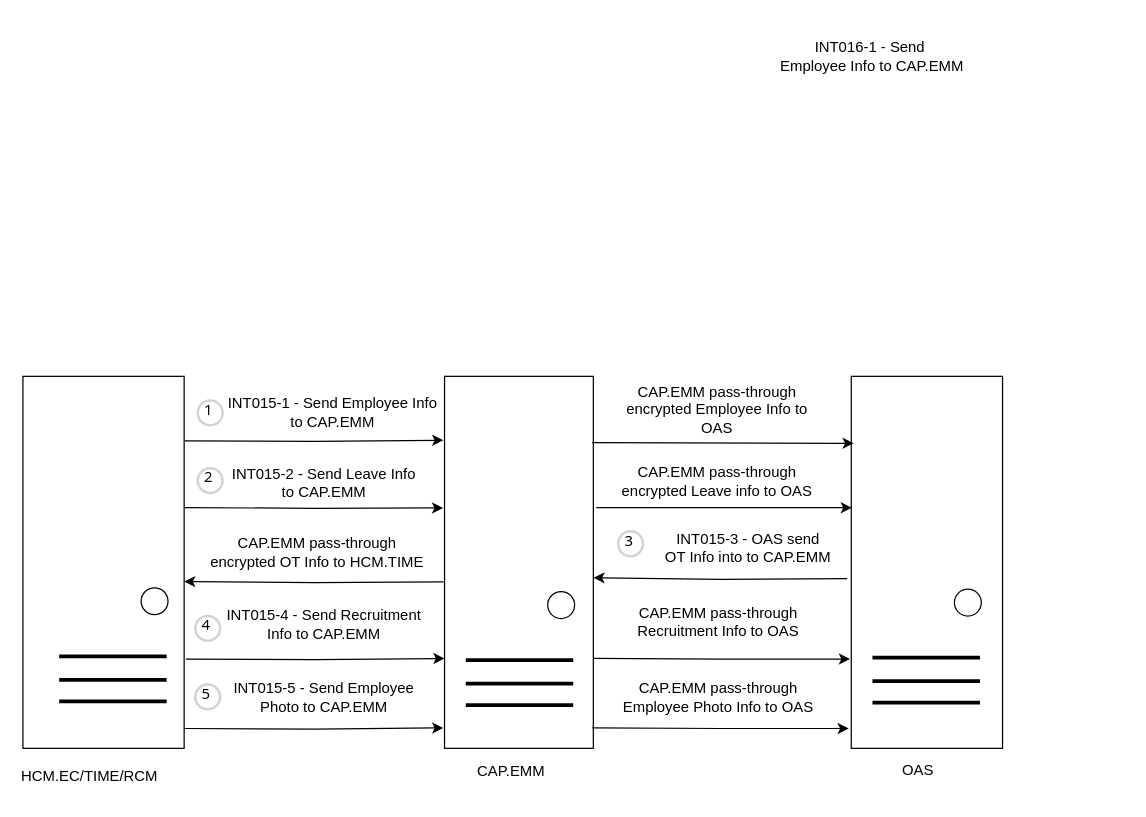
Before: page "OAS" (15 of 18) of Untitled Diagram.drawio in wsxad234/flowchart, a draw.io diagram. Source tidied: cells renumbered, new cells numbered last; positions are measured from the earlier drawing's top-left corner, leaving out a move shared by most shapes. Both pictures are drawn from the tidied source at 124%, with x=0, y=0 at pixel (22, 29).
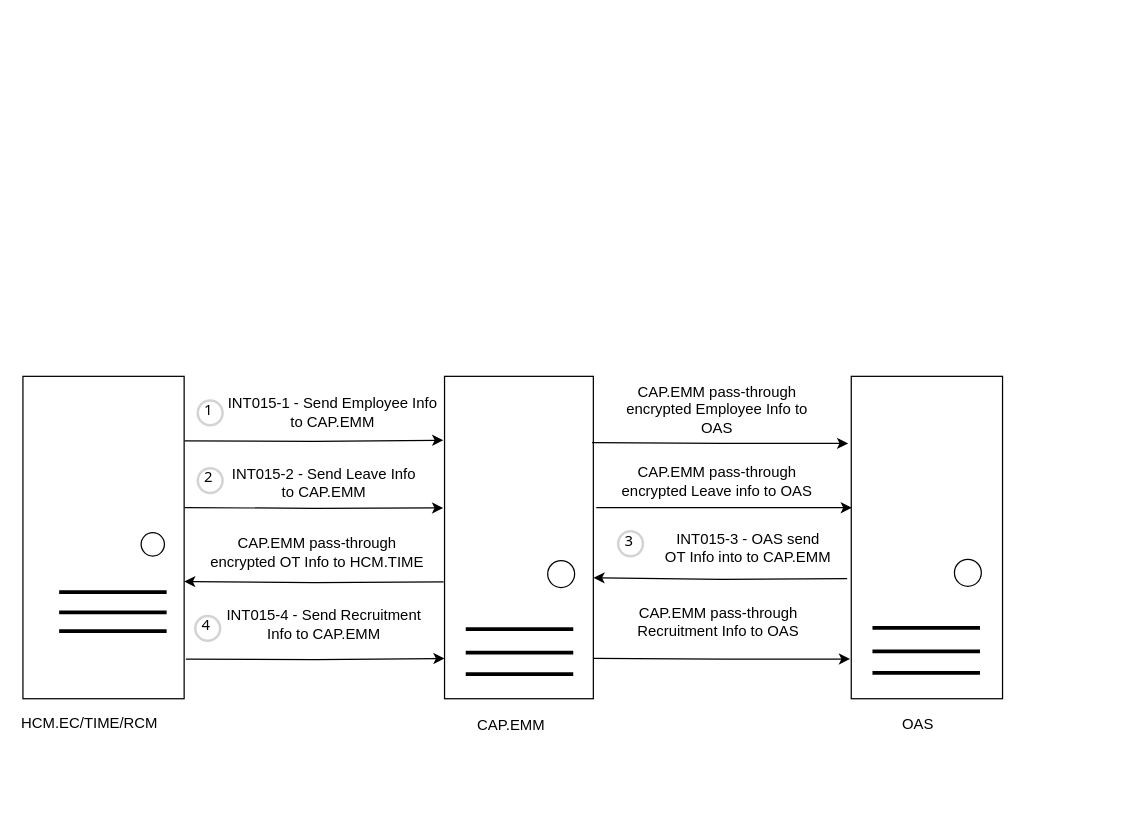
The same page after the edit.

Diff of the diagram source:
```diff
@@
     <mxCell id="2" value="HCM.EC/TIME/RCM" style="text;html=1;strokeColor=none;fillColor=none;align=center;verticalAlign=middle;whiteSpace=wrap;rounded=0;" parent="1" vertex="1">
-      <mxGeometry x="24" y="588" width="60" height="30" as="geometry" />
+      <mxGeometry x="24" y="545" width="60" height="30" as="geometry" />
     </mxCell>
@@
     <mxCell id="4" style="rounded=0;whiteSpace=wrap;html=1;" parent="1" vertex="1">
-      <mxGeometry x="668" y="280" width="122" height="300" as="geometry" />
+      <mxGeometry x="668" y="280" width="122" height="260" as="geometry" />
     </mxCell>
     <mxCell id="5" value="OAS" style="text;html=1;strokeColor=none;fillColor=none;align=center;verticalAlign=middle;whiteSpace=wrap;rounded=0;" parent="1" vertex="1">
-      <mxGeometry x="692" y="583" width="60" height="30" as="geometry" />
+      <mxGeometry x="692" y="546" width="60" height="30" as="geometry" />
     </mxCell>
@@
     <mxCell id="7" style="rounded=0;whiteSpace=wrap;html=1;" parent="1" vertex="1">
-      <mxGeometry x="340" y="280" width="120" height="300" as="geometry" />
+      <mxGeometry x="340" y="280" width="120" height="260" as="geometry" />
     </mxCell>
     <mxCell id="8" value="CAP.EMM" style="text;html=1;strokeColor=none;fillColor=none;align=center;verticalAlign=middle;whiteSpace=wrap;rounded=0;" parent="1" vertex="1">
-      <mxGeometry x="364" y="584" width="60" height="30" as="geometry" />
+      <mxGeometry x="364" y="547" width="60" height="30" as="geometry" />
     </mxCell>
@@
     <mxCell id="11" style="group;" parent="1" vertex="1">
-      <mxGeometry y="280" width="130" height="300" as="geometry" />
+      <mxGeometry y="280" width="130" height="260" as="geometry" />
     </mxCell>
     <mxCell id="12" style="rounded=0;whiteSpace=wrap;html=1;" parent="11" vertex="1">
-      <mxGeometry width="130" height="300" as="geometry" />
+      <mxGeometry width="130" height="260" as="geometry" />
     </mxCell>
     <mxCell id="13" style="ellipse;whiteSpace=wrap;html=1;direction=south;" parent="11" vertex="1">
-      <mxGeometry x="95.3" y="170.5" width="21.7" height="21.7" as="geometry" />
+      <mxGeometry x="95.3" y="126.1" width="18.8" height="18.8" as="geometry" />
     </mxCell>
     <mxCell id="14" style="endArrow=none;html=1;rounded=0;align=center;strokeWidth=3;" parent="11" edge="1">
       <mxGeometry relative="1" as="geometry">
-        <mxPoint x="29.2" y="225.8" as="sourcePoint" />
-        <mxPoint x="115.9" y="225.8" as="targetPoint" />
+        <mxPoint x="29.2" y="174" as="sourcePoint" />
+        <mxPoint x="115.9" y="174" as="targetPoint" />
       </mxGeometry>
     </mxCell>
     <mxCell id="15" style="endArrow=none;html=1;rounded=0;align=center;strokeWidth=3;" parent="11" edge="1">
       <mxGeometry relative="1" as="geometry">
-        <mxPoint x="29.2" y="244.7" as="sourcePoint" />
-        <mxPoint x="115.9" y="244.7" as="targetPoint" />
+        <mxPoint x="29.2" y="190.4" as="sourcePoint" />
+        <mxPoint x="115.9" y="190.4" as="targetPoint" />
       </mxGeometry>
     </mxCell>
     <mxCell id="16" style="endArrow=none;html=1;rounded=0;align=center;strokeWidth=3;" parent="11" edge="1">
       <mxGeometry relative="1" as="geometry">
-        <mxPoint x="29.2" y="262.1" as="sourcePoint" />
-        <mxPoint x="115.9" y="262.1" as="targetPoint" />
+        <mxPoint x="29.2" y="205.5" as="sourcePoint" />
+        <mxPoint x="115.9" y="205.5" as="targetPoint" />
       </mxGeometry>
     </mxCell>
@@
-    <mxCell id="20" value="&lt;br&gt;&lt;table style=&quot;border-collapse:&lt;br/&gt; collapse;width:305pt&quot; width=&quot;406&quot; cellspacing=&quot;0&quot; cellpadding=&quot;0&quot; border=&quot;0&quot;&gt;&lt;tbody&gt;&lt;tr style=&quot;height:14.4pt&quot; height=&quot;19&quot;&gt;  &lt;td style=&quot;height:14.4pt;width:305pt&quot; width=&quot;406&quot; height=&quot;19&quot;&gt;INT016-1 - Send&amp;nbsp;&lt;br&gt;  Employee Info to CAP.EMM&lt;/td&gt;&lt;/tr&gt;&lt;/tbody&gt;&lt;/table&gt;" style="text;html=1;strokeColor=none;fillColor=none;align=center;verticalAlign=middle;whiteSpace=wrap;rounded=0;" parent="1" vertex="1">
-      <mxGeometry x="620" width="130" height="30" as="geometry" />
-    </mxCell>
@@
-    <mxCell id="22" style="edgeStyle=orthogonalEdgeStyle;rounded=0;jettySize=auto;html=1;exitX=1.003;exitY=0.225;exitDx=0;exitDy=0;exitPerimeter=0;entryX=0.016;entryY=0.18;entryDx=0;entryDy=0;entryPerimeter=0;" parent="1" edge="1" target="4">
+    <mxCell id="22" style="edgeStyle=orthogonalEdgeStyle;rounded=0;jettySize=auto;html=1;exitX=1.003;exitY=0.225;exitDx=0;exitDy=0;exitPerimeter=0;entryX=-0.02;entryY=0.208;entryDx=0;entryDy=0;entryPerimeter=0;" parent="1" edge="1" target="4">
       <mxGeometry relative="1" as="geometry">
         <mxPoint x="459" y="333.5" as="sourcePoint" />
       </mxGeometry>
     </mxCell>
@@
-    <mxCell id="32" style="edgeStyle=orthogonalEdgeStyle;rounded=0;orthogonalLoop=1;jettySize=auto;html=1;exitX=1.003;exitY=0.225;exitDx=0;exitDy=0;entryX=-0.006;entryY=0.604;entryDx=0;entryDy=0;entryPerimeter=0;exitPerimeter=0;" parent="1" edge="1">
-      <mxGeometry relative="1" as="geometry">
-        <mxPoint x="130.4" y="564" as="sourcePoint" />
-        <mxPoint x="339" y="563.5" as="targetPoint" />
-      </mxGeometry>
-    </mxCell>
-    <mxCell id="33" style="edgeStyle=orthogonalEdgeStyle;rounded=0;orthogonalLoop=1;jettySize=auto;html=1;exitX=1.003;exitY=0.225;exitDx=0;exitDy=0;entryX=-0.017;entryY=0.213;entryDx=0;entryDy=0;entryPerimeter=0;exitPerimeter=0;" parent="1" edge="1">
-      <mxGeometry relative="1" as="geometry">
-        <mxPoint x="459" y="563.5" as="sourcePoint" />
-        <mxPoint x="666" y="564" as="targetPoint" />
-      </mxGeometry>
-    </mxCell>
     <mxCell id="34" style="ellipse;whiteSpace=wrap;html=1;direction=south;" parent="1" vertex="1">
-      <mxGeometry x="751.2" y="451.6" width="21.7" height="21.7" as="geometry" />
+      <mxGeometry x="751.2" y="427.6" width="21.7" height="21.7" as="geometry" />
     </mxCell>
     <mxCell id="35" style="endArrow=none;html=1;rounded=0;align=center;strokeWidth=3;" parent="1" edge="1">
       <mxGeometry relative="1" as="geometry">
-        <mxPoint x="685.1" y="506.9" as="sourcePoint" />
-        <mxPoint x="771.8" y="506.9" as="targetPoint" />
+        <mxPoint x="685.1" y="482.9" as="sourcePoint" />
+        <mxPoint x="771.8" y="482.9" as="targetPoint" />
       </mxGeometry>
     </mxCell>
     <mxCell id="36" style="endArrow=none;html=1;rounded=0;align=center;strokeWidth=3;" parent="1" edge="1">
       <mxGeometry relative="1" as="geometry">
-        <mxPoint x="685.1" y="525.8" as="sourcePoint" />
-        <mxPoint x="771.8" y="525.8" as="targetPoint" />
+        <mxPoint x="685.1" y="501.8" as="sourcePoint" />
+        <mxPoint x="771.8" y="501.8" as="targetPoint" />
       </mxGeometry>
     </mxCell>
     <mxCell id="37" style="endArrow=none;html=1;rounded=0;align=center;strokeWidth=3;" parent="1" edge="1">
       <mxGeometry relative="1" as="geometry">
-        <mxPoint x="685.1" y="543.2" as="sourcePoint" />
-        <mxPoint x="771.8" y="543.2" as="targetPoint" />
+        <mxPoint x="685.1" y="519.2" as="sourcePoint" />
+        <mxPoint x="771.8" y="519.2" as="targetPoint" />
       </mxGeometry>
     </mxCell>
     <mxCell id="38" style="ellipse;whiteSpace=wrap;html=1;direction=south;" parent="1" vertex="1">
-      <mxGeometry x="423.2" y="453.6" width="21.7" height="21.7" as="geometry" />
+      <mxGeometry x="423.2" y="428.6" width="21.7" height="21.7" as="geometry" />
     </mxCell>
     <mxCell id="39" style="endArrow=none;html=1;rounded=0;align=center;strokeWidth=3;" parent="1" edge="1">
       <mxGeometry relative="1" as="geometry">
-        <mxPoint x="357.1" y="508.9" as="sourcePoint" />
-        <mxPoint x="443.8" y="508.9" as="targetPoint" />
+        <mxPoint x="357.1" y="483.9" as="sourcePoint" />
+        <mxPoint x="443.8" y="483.9" as="targetPoint" />
       </mxGeometry>
     </mxCell>
     <mxCell id="40" style="endArrow=none;html=1;rounded=0;align=center;strokeWidth=3;" parent="1" edge="1">
       <mxGeometry relative="1" as="geometry">
-        <mxPoint x="357.1" y="527.8" as="sourcePoint" />
-        <mxPoint x="443.8" y="527.8" as="targetPoint" />
+        <mxPoint x="357.1" y="502.8" as="sourcePoint" />
+        <mxPoint x="443.8" y="502.8" as="targetPoint" />
       </mxGeometry>
     </mxCell>
     <mxCell id="41" style="endArrow=none;html=1;rounded=0;align=center;strokeWidth=3;" parent="1" edge="1">
       <mxGeometry relative="1" as="geometry">
-        <mxPoint x="357.1" y="545.2" as="sourcePoint" />
-        <mxPoint x="443.8" y="545.2" as="targetPoint" />
+        <mxPoint x="357.1" y="520.2" as="sourcePoint" />
+        <mxPoint x="443.8" y="520.2" as="targetPoint" />
       </mxGeometry>
     </mxCell>
-    <mxCell id="42" value="CAP.EMM pass-through Employee Photo Info to OAS" style="text;html=1;strokeColor=none;fillColor=none;align=center;verticalAlign=middle;whiteSpace=wrap;rounded=0;" parent="1" vertex="1">
-      <mxGeometry x="481" y="512.4" width="160" height="52.2" as="geometry" />
-    </mxCell>
@@
-    <mxCell id="45" value="5" style="ellipse;whiteSpace=wrap;html=1;strokeWidth=2;fontFamily=Tahoma;spacingBottom=4;spacingRight=2;strokeColor=#d3d3d3;" parent="1" vertex="1">
-      <mxGeometry x="139" y="528.5" width="20" height="20" as="geometry" />
-    </mxCell>
-    <mxCell id="46" value="INT015-5 - Send Employee Photo&amp;nbsp;to CAP.EMM" style="text;html=1;strokeColor=none;fillColor=none;align=center;verticalAlign=middle;whiteSpace=wrap;rounded=0;" parent="1" vertex="1">
-      <mxGeometry x="163" y="512.4" width="160" height="52.2" as="geometry" />
-    </mxCell>
```
